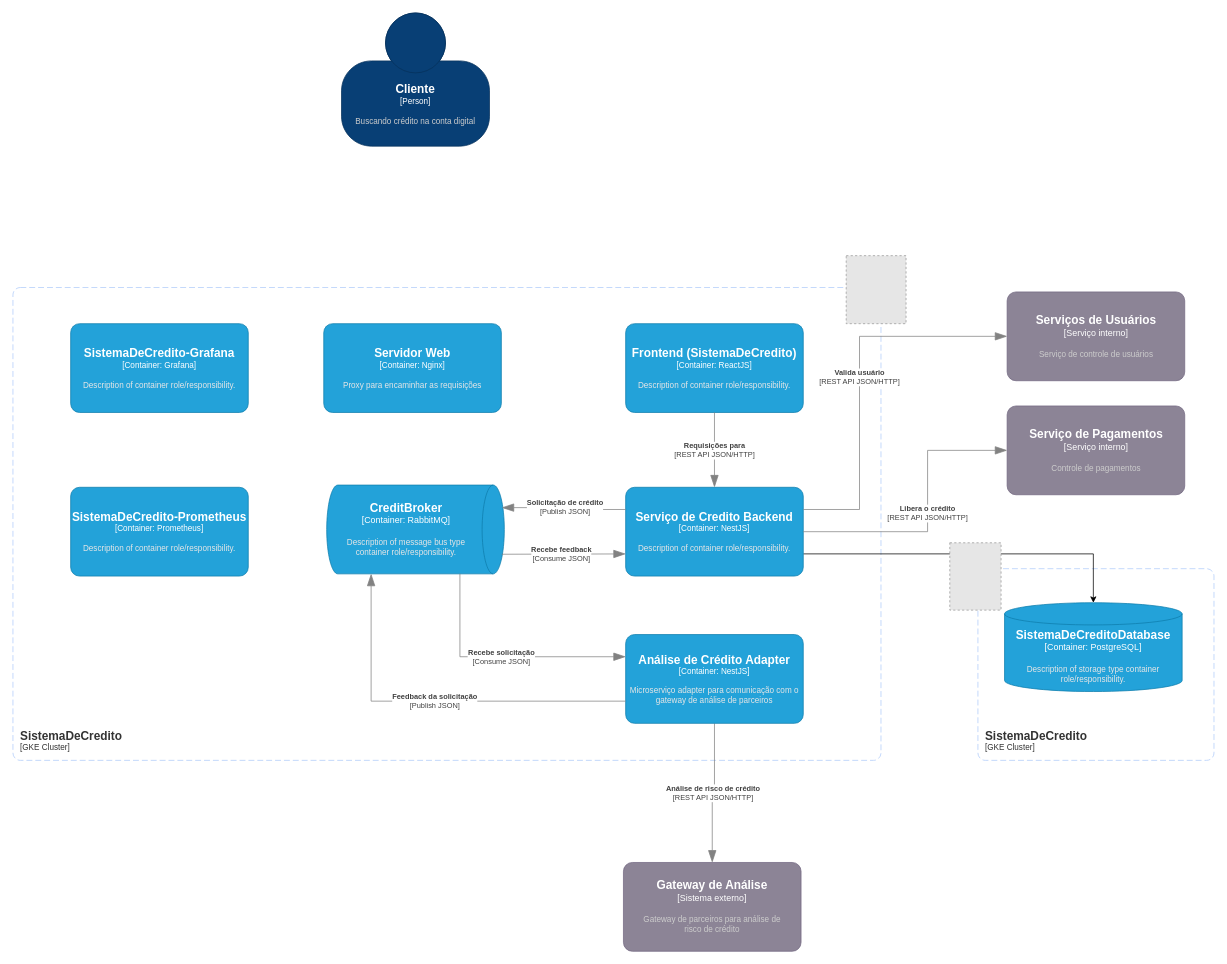
Before: page "C2" (2 of 2) of arquitetura/SistemaDeCredito.drawio in Jwmffreitas/SistemaDeCredito, a draw.io diagram. Source tidied: cells renumbered, new cells numbered last; positions are measured from the earlier drawing's top-left corner, leaving out a move shared by most shapes. Both pictures are drawn from the tidied source at 74%, with x=0, y=0 at pixel (13, 13). Pictures stored in the file or linked from it are replaced by grey dashed boxes.
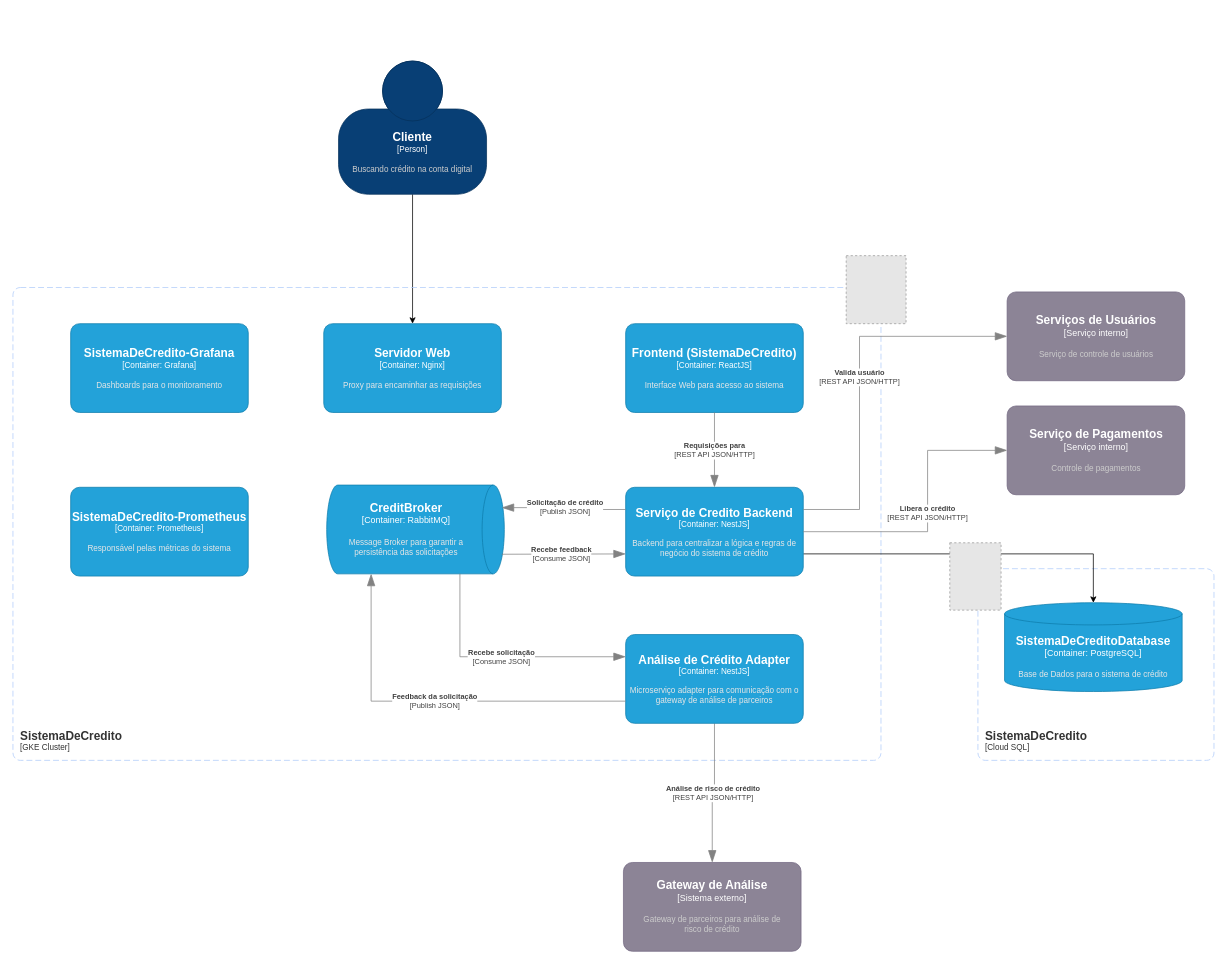
Above is the later version.

The change refers to these unchanged cells:
```xml
<object id="23" label="&lt;font style=&quot;font-size: 16px&quot;&gt;&lt;b&gt;%c4Name%&lt;/b&gt;&lt;/font&gt;&lt;div&gt;[%c4Type%: %c4Technology%]&lt;/div&gt;&lt;br&gt;&lt;div&gt;&lt;font style=&quot;font-size: 11px&quot;&gt;&lt;font color=&quot;#E6E6E6&quot;&gt;%c4Description%&lt;/font&gt;&lt;/div&gt;" c4Description="Proxy para encaminhar as requisições" c4Name="Servidor Web" c4Technology="Nginx" c4Type="Container" placeholders="1">
  <mxCell style="rounded=1;whiteSpace=wrap;html=1;fontSize=11;labelBackgroundColor=none;fillColor=#23A2D9;fontColor=#ffffff;align=center;arcSize=10;strokeColor=#0E7DAD;points=[[0.25,0,0],[0.5,0,0],[0.75,0,0],[1,0.25,0],[1,0.5,0],[1,0.75,0],[0.75,1,0],[0.5,1,0],[0.25,1,0],[0,0.75,0],[0,0.5,0],[0,0.25,0]];" parent="1" vertex="1">
    <mxGeometry x="420" y="419.9" width="240" height="120" as="geometry" />
  </mxCell>
</object>
```

Diff of the diagram source:
```diff
@@
+    <mxCell id="27" style="edgeStyle=orthogonalEdgeStyle;rounded=0;jettySize=auto;html=1;" parent="1" edge="1" source="2" target="23">
+      <mxGeometry relative="1" as="geometry" />
+    </mxCell>
     <object id="2" label="&lt;font style=&quot;font-size: 16px&quot;&gt;&lt;b&gt;%c4Name%&lt;/b&gt;&lt;/font&gt;&lt;div&gt;[%c4Type%]&lt;/div&gt;&lt;br&gt;&lt;div&gt;&lt;font style=&quot;font-size: 11px&quot;&gt;&lt;font color=&quot;#cccccc&quot;&gt;%c4Description%&lt;/font&gt;&lt;/div&gt;" c4Description="Buscando crédito na conta digital" c4Name="Cliente" c4Type="Person" placeholders="1">
       <mxCell style="html=1;fontSize=11;dashed=0;whiteSpace=wrap;fillColor=#083F75;strokeColor=#06315C;fontColor=#ffffff;shape=mxgraph.c4.person2;align=center;points=[[0.5,0,0],[1,0.5,0],[1,0.75,0],[0.75,1,0],[0.5,1,0],[0.25,1,0],[0,0.75,0],[0,0.5,0]];" parent="1" vertex="1">
-        <mxGeometry x="444" width="200" height="180" as="geometry" />
+        <mxGeometry x="440" y="65" width="200" height="180" as="geometry" />
       </mxCell>
     </object>
@@
-    <object id="8" label="&lt;font style=&quot;font-size: 16px&quot;&gt;&lt;b&gt;&lt;div style=&quot;text-align: left&quot;&gt;%c4Name%&lt;/div&gt;&lt;/b&gt;&lt;/font&gt;&lt;div style=&quot;text-align: left&quot;&gt;[%c4Application%]&lt;/div&gt;" c4Application="GKE Cluster" c4Name="SistemaDeCredito" placeholders="1">
+    <object id="8" label="&lt;font style=&quot;font-size: 16px&quot;&gt;&lt;b&gt;&lt;div style=&quot;text-align: left&quot;&gt;%c4Name%&lt;/div&gt;&lt;/b&gt;&lt;/font&gt;&lt;div style=&quot;text-align: left&quot;&gt;[%c4Application%]&lt;/div&gt;" c4Application="Cloud SQL" c4Name="SistemaDeCredito" placeholders="1">
       <mxCell style="rounded=1;fontSize=11;whiteSpace=wrap;html=1;dashed=1;arcSize=20;fillColor=none;strokeColor=#AECBFA;fontColor=#333333;labelBackgroundColor=none;align=left;verticalAlign=bottom;labelBorderColor=none;spacingTop=0;spacing=10;dashPattern=8 4;perimeter=rectanglePerimeter;noLabel=0;labelPadding=0;absoluteArcSize=1;" parent="1" vertex="1">
         <mxGeometry x="1304" y="751" width="319" height="259" as="geometry" />
       </mxCell>
     </object>
-    <object id="9" label="&lt;font style=&quot;font-size: 16px&quot;&gt;&lt;b&gt;%c4Name%&lt;/b&gt;&lt;/font&gt;&lt;div&gt;[%c4Type%:&amp;nbsp;%c4Technology%]&lt;/div&gt;&lt;br&gt;&lt;div&gt;&lt;font style=&quot;font-size: 11px&quot;&gt;&lt;font color=&quot;#E6E6E6&quot;&gt;%c4Description%&lt;/font&gt;&lt;/div&gt;" c4Description="Description of storage type container role/responsibility." c4Name="SistemaDeCreditoDatabase" c4Technology="PostgreSQL" c4Type="Container" placeholders="1">
+    <object id="9" label="&lt;font style=&quot;font-size: 16px&quot;&gt;&lt;b&gt;%c4Name%&lt;/b&gt;&lt;/font&gt;&lt;div&gt;[%c4Type%:&amp;nbsp;%c4Technology%]&lt;/div&gt;&lt;br&gt;&lt;div&gt;&lt;font style=&quot;font-size: 11px&quot;&gt;&lt;font color=&quot;#E6E6E6&quot;&gt;%c4Description%&lt;/font&gt;&lt;/div&gt;" c4Description="Base de Dados para o sistema de crédito " c4Name="SistemaDeCreditoDatabase" c4Technology="PostgreSQL" c4Type="Container" placeholders="1">
       <mxCell style="shape=cylinder3;size=15;whiteSpace=wrap;html=1;boundedLbl=1;rounded=0;labelBackgroundColor=none;fillColor=#23A2D9;fontSize=12;fontColor=#ffffff;align=center;strokeColor=#0E7DAD;points=[[0.5,0,0],[1,0.25,0],[1,0.5,0],[1,0.75,0],[0.5,1,0],[0,0.75,0],[0,0.5,0],[0,0.25,0]];" parent="1" vertex="1">
         <mxGeometry x="1340" y="797" width="240" height="120" as="geometry" />
       </mxCell>
     </object>
-    <object id="10" label="&lt;font style=&quot;font-size: 16px&quot;&gt;&lt;b&gt;%c4Name%&lt;/b&gt;&lt;/font&gt;&lt;div&gt;[%c4Type%:&amp;nbsp;%c4Technology%]&lt;/div&gt;&lt;br&gt;&lt;div&gt;&lt;font style=&quot;font-size: 11px&quot;&gt;&lt;font color=&quot;#E6E6E6&quot;&gt;%c4Description%&lt;/font&gt;&lt;/div&gt;" c4Description="Description of message bus type container role/responsibility." c4Name="CreditBroker" c4Technology="RabbitMQ" c4Type="Container" placeholders="1">
+    <object id="10" label="&lt;font style=&quot;font-size: 16px&quot;&gt;&lt;b&gt;%c4Name%&lt;/b&gt;&lt;/font&gt;&lt;div&gt;[%c4Type%:&amp;nbsp;%c4Technology%]&lt;/div&gt;&lt;br&gt;&lt;div&gt;&lt;font style=&quot;font-size: 11px&quot;&gt;&lt;font color=&quot;#E6E6E6&quot;&gt;%c4Description%&lt;/font&gt;&lt;/div&gt;" c4Description="Message Broker para garantir a persistência das solicitações" c4Name="CreditBroker" c4Technology="RabbitMQ" c4Type="Container" placeholders="1">
       <mxCell style="shape=cylinder3;size=15;direction=south;whiteSpace=wrap;html=1;boundedLbl=1;rounded=0;labelBackgroundColor=none;fillColor=#23A2D9;fontSize=12;fontColor=#ffffff;align=center;strokeColor=#0E7DAD;points=[[0.5,0,0],[1,0.25,0],[1,0.5,0],[1,0.75,0],[0.5,1,0],[0,0.75,0],[0,0.5,0],[0,0.25,0]];" parent="1" vertex="1">
         <mxGeometry x="424" y="638" width="240" height="120" as="geometry" />
       </mxCell>
     </object>
-    <object id="11" label="&lt;font style=&quot;font-size: 16px&quot;&gt;&lt;b&gt;%c4Name%&lt;/b&gt;&lt;/font&gt;&lt;div&gt;[%c4Type%: %c4Technology%]&lt;/div&gt;&lt;br&gt;&lt;div&gt;&lt;font style=&quot;font-size: 11px&quot;&gt;&lt;font color=&quot;#E6E6E6&quot;&gt;%c4Description%&lt;/font&gt;&lt;/div&gt;" c4Description="Description of container role/responsibility." c4Name="SistemaDeCredito-Prometheus" c4Technology="Prometheus" c4Type="Container" placeholders="1">
+    <object id="11" label="&lt;font style=&quot;font-size: 16px&quot;&gt;&lt;b&gt;%c4Name%&lt;/b&gt;&lt;/font&gt;&lt;div&gt;[%c4Type%: %c4Technology%]&lt;/div&gt;&lt;br&gt;&lt;div&gt;&lt;font style=&quot;font-size: 11px&quot;&gt;&lt;font color=&quot;#E6E6E6&quot;&gt;%c4Description%&lt;/font&gt;&lt;/div&gt;" c4Description="Responsável pelas métricas do sistema" c4Name="SistemaDeCredito-Prometheus" c4Technology="Prometheus" c4Type="Container" placeholders="1">
       <mxCell style="rounded=1;whiteSpace=wrap;html=1;fontSize=11;labelBackgroundColor=none;fillColor=#23A2D9;fontColor=#ffffff;align=center;arcSize=10;strokeColor=#0E7DAD;" parent="1" vertex="1">
         <mxGeometry x="78" y="641" width="240" height="120" as="geometry" />
       </mxCell>
     </object>
@@
-    <object id="14" label="&lt;font style=&quot;font-size: 16px&quot;&gt;&lt;b&gt;%c4Name%&lt;/b&gt;&lt;/font&gt;&lt;div&gt;[%c4Type%: %c4Technology%]&lt;/div&gt;&lt;br&gt;&lt;div&gt;&lt;font style=&quot;font-size: 11px&quot;&gt;&lt;font color=&quot;#E6E6E6&quot;&gt;%c4Description%&lt;/font&gt;&lt;/div&gt;" c4Description="Description of container role/responsibility." c4Name="Serviço de Credito Backend" c4Technology="NestJS" c4Type="Container" placeholders="1">
+    <object id="14" label="&lt;font style=&quot;font-size: 16px&quot;&gt;&lt;b&gt;%c4Name%&lt;/b&gt;&lt;/font&gt;&lt;div&gt;[%c4Type%: %c4Technology%]&lt;/div&gt;&lt;br&gt;&lt;div&gt;&lt;font style=&quot;font-size: 11px&quot;&gt;&lt;font color=&quot;#E6E6E6&quot;&gt;%c4Description%&lt;/font&gt;&lt;/div&gt;" c4Description="Backend para centralizar a lógica e regras de negócio do sistema de crédito" c4Name="Serviço de Credito Backend" c4Technology="NestJS" c4Type="Container" placeholders="1">
       <mxCell style="rounded=1;whiteSpace=wrap;html=1;fontSize=11;labelBackgroundColor=none;fillColor=#23A2D9;fontColor=#ffffff;align=center;arcSize=10;strokeColor=#0E7DAD;points=[[0.25,0,0],[0.5,0,0],[0.75,0,0],[1,0.25,0],[1,0.5,0],[1,0.75,0],[0.75,1,0],[0.5,1,0],[0.25,1,0],[0,0.75,0],[0,0.5,0],[0,0.25,0]];" parent="1" vertex="1">
         <mxGeometry x="828" y="641" width="240" height="120" as="geometry" />
       </mxCell>
     </object>
@@
-    <object id="16" label="&lt;font style=&quot;font-size: 16px&quot;&gt;&lt;b&gt;%c4Name%&lt;/b&gt;&lt;/font&gt;&lt;div&gt;[%c4Type%: %c4Technology%]&lt;/div&gt;&lt;br&gt;&lt;div&gt;&lt;font style=&quot;font-size: 11px&quot;&gt;&lt;font color=&quot;#E6E6E6&quot;&gt;%c4Description%&lt;/font&gt;&lt;/div&gt;" c4Description="Description of container role/responsibility." c4Name="Frontend (SistemaDeCredito)" c4Technology="ReactJS" c4Type="Container" placeholders="1">
+    <object id="16" label="&lt;font style=&quot;font-size: 16px&quot;&gt;&lt;b&gt;%c4Name%&lt;/b&gt;&lt;/font&gt;&lt;div&gt;[%c4Type%: %c4Technology%]&lt;/div&gt;&lt;br&gt;&lt;div&gt;&lt;font style=&quot;font-size: 11px&quot;&gt;&lt;font color=&quot;#E6E6E6&quot;&gt;%c4Description%&lt;/font&gt;&lt;/div&gt;" c4Description="Interface Web para acesso ao sistema" c4Name="Frontend (SistemaDeCredito)" c4Technology="ReactJS" c4Type="Container" placeholders="1">
       <mxCell style="rounded=1;whiteSpace=wrap;html=1;fontSize=11;labelBackgroundColor=none;fillColor=#23A2D9;fontColor=#ffffff;align=center;arcSize=10;strokeColor=#0E7DAD;points=[[0.25,0,0],[0.5,0,0],[0.75,0,0],[1,0.25,0],[1,0.5,0],[1,0.75,0],[0.75,1,0],[0.5,1,0],[0.25,1,0],[0,0.75,0],[0,0.5,0],[0,0.25,0]];" parent="1" vertex="1">
         <mxGeometry x="828" y="419.9" width="240" height="120" as="geometry" />
       </mxCell>
     </object>
@@
-    <object id="22" label="&lt;font style=&quot;font-size: 16px&quot;&gt;&lt;b&gt;%c4Name%&lt;/b&gt;&lt;/font&gt;&lt;div&gt;[%c4Type%: %c4Technology%]&lt;/div&gt;&lt;br&gt;&lt;div&gt;&lt;font style=&quot;font-size: 11px&quot;&gt;&lt;font color=&quot;#E6E6E6&quot;&gt;%c4Description%&lt;/font&gt;&lt;/div&gt;" c4Description="Description of container role/responsibility." c4Name="SistemaDeCredito-Grafana" c4Technology="Grafana" c4Type="Container" placeholders="1">
+    <object id="22" label="&lt;font style=&quot;font-size: 16px&quot;&gt;&lt;b&gt;%c4Name%&lt;/b&gt;&lt;/font&gt;&lt;div&gt;[%c4Type%: %c4Technology%]&lt;/div&gt;&lt;br&gt;&lt;div&gt;&lt;font style=&quot;font-size: 11px&quot;&gt;&lt;font color=&quot;#E6E6E6&quot;&gt;%c4Description%&lt;/font&gt;&lt;/div&gt;" c4Description="Dashboards para o monitoramento" c4Name="SistemaDeCredito-Grafana" c4Technology="Grafana" c4Type="Container" placeholders="1">
       <mxCell style="rounded=1;whiteSpace=wrap;html=1;fontSize=11;labelBackgroundColor=none;fillColor=#23A2D9;fontColor=#ffffff;align=center;arcSize=10;strokeColor=#0E7DAD;" parent="1" vertex="1">
         <mxGeometry x="78" y="419.9" width="240" height="120" as="geometry" />
       </mxCell>
     </object>
```
